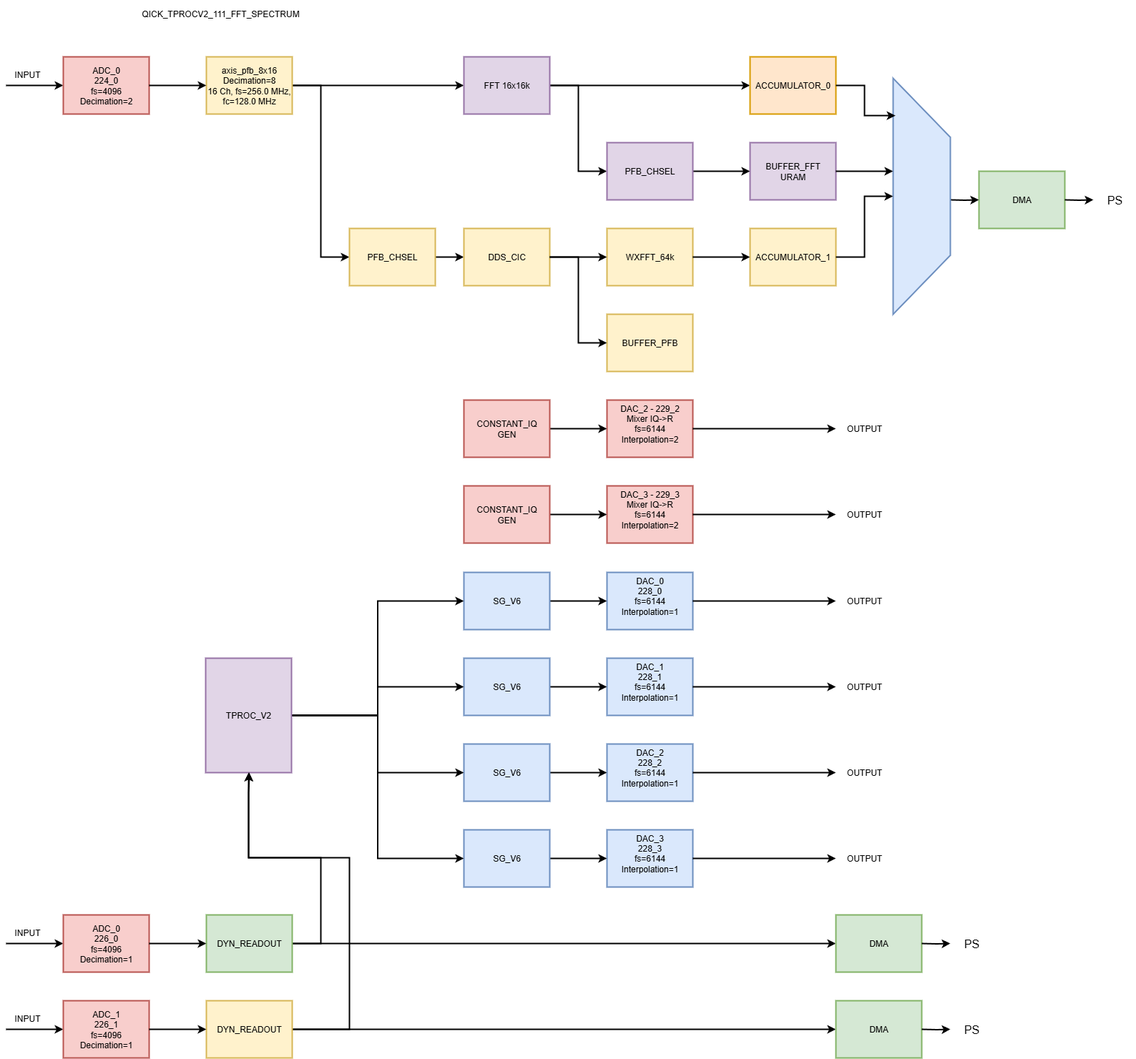
Earlier version of the draw.io export spectrum_v1/soft/images/qick_tprocv2_111_fft_spectrum_diagram.png (openquantumhardware/qick-tools). Source tidied: cells renumbered, new cells last; positions are measured from the earlier drawing's top-left corner, leaving out a move shared by most shapes.
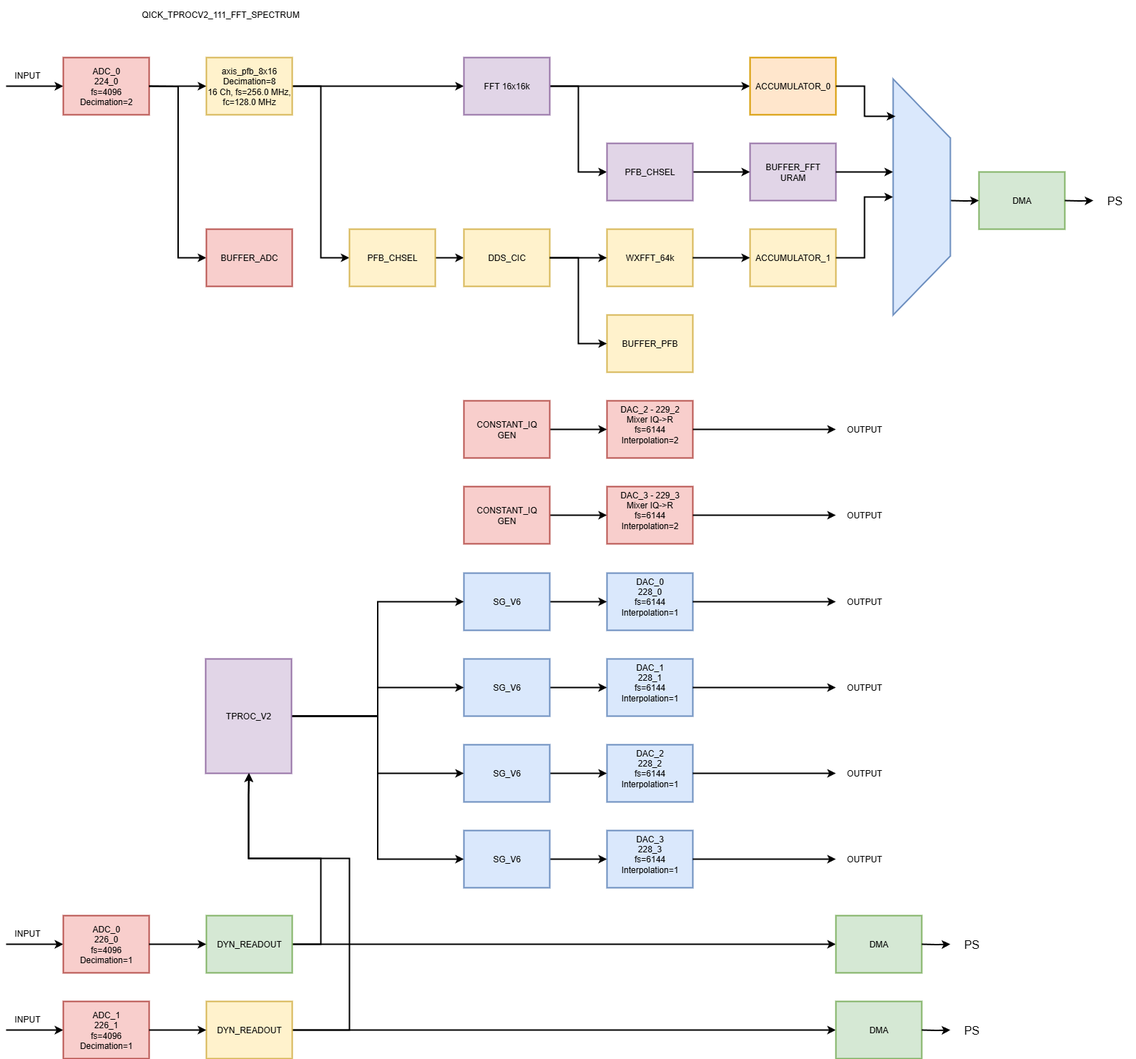
After the commit.

Commit message:
[openquantumhardware/qick_internal#51] Updated qick_tprocv2_111_fft_spectrum and diagram with the addition of the WXFFT of 64k points

What changed in the source:
```diff
@@ -341,5 +341,13 @@
         </Array>
       </mxGeometry>
     </mxCell>
+    <mxCell id="89" style="edgeStyle=orthogonalEdgeStyle;rounded=0;jettySize=auto;html=1;entryX=0;entryY=0.5;entryDx=0;entryDy=0;strokeWidth=2;" parent="1" edge="1" target="90">
+      <mxGeometry relative="1" as="geometry">
+        <mxPoint x="200" y="120" as="sourcePoint" />
+      </mxGeometry>
+    </mxCell>
+    <mxCell id="90" value="BUFFER_ADC" style="rounded=0;whiteSpace=wrap;html=1;fillColor=#f8cecc;strokeColor=#b85450;strokeWidth=2;" parent="1" vertex="1">
+      <mxGeometry x="280" y="320" width="120" height="80" as="geometry" />
+    </mxCell>
   </root>
 </mxGraphModel>
```
